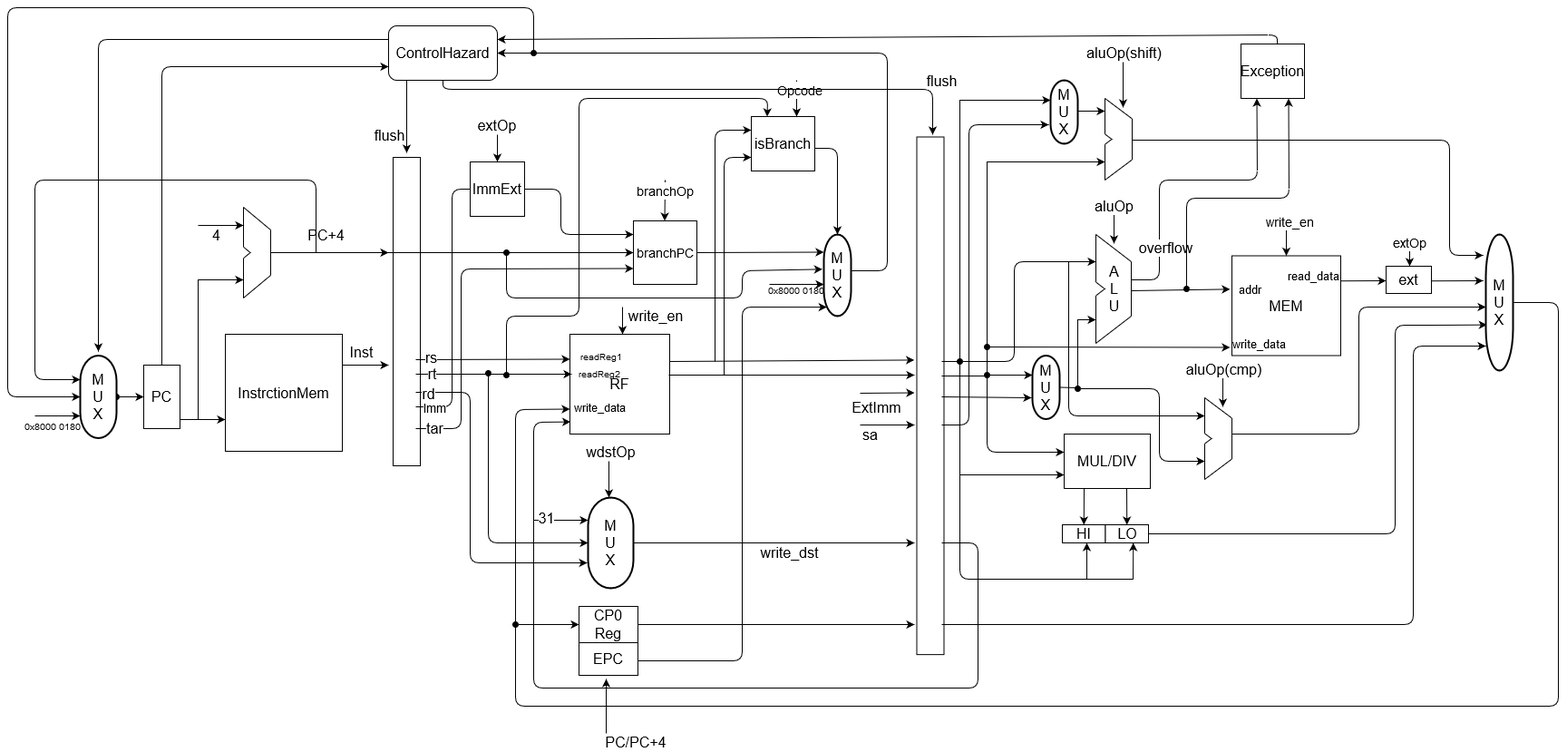
Anlarry/coaa keeps this draw.io diagram as Phase2/3-stages-pipeline.png. Above is the earlier version. Source tidied: cells renumbered, new cells last; positions are measured from the earlier drawing's top-left corner, leaving out a move shared by most shapes.
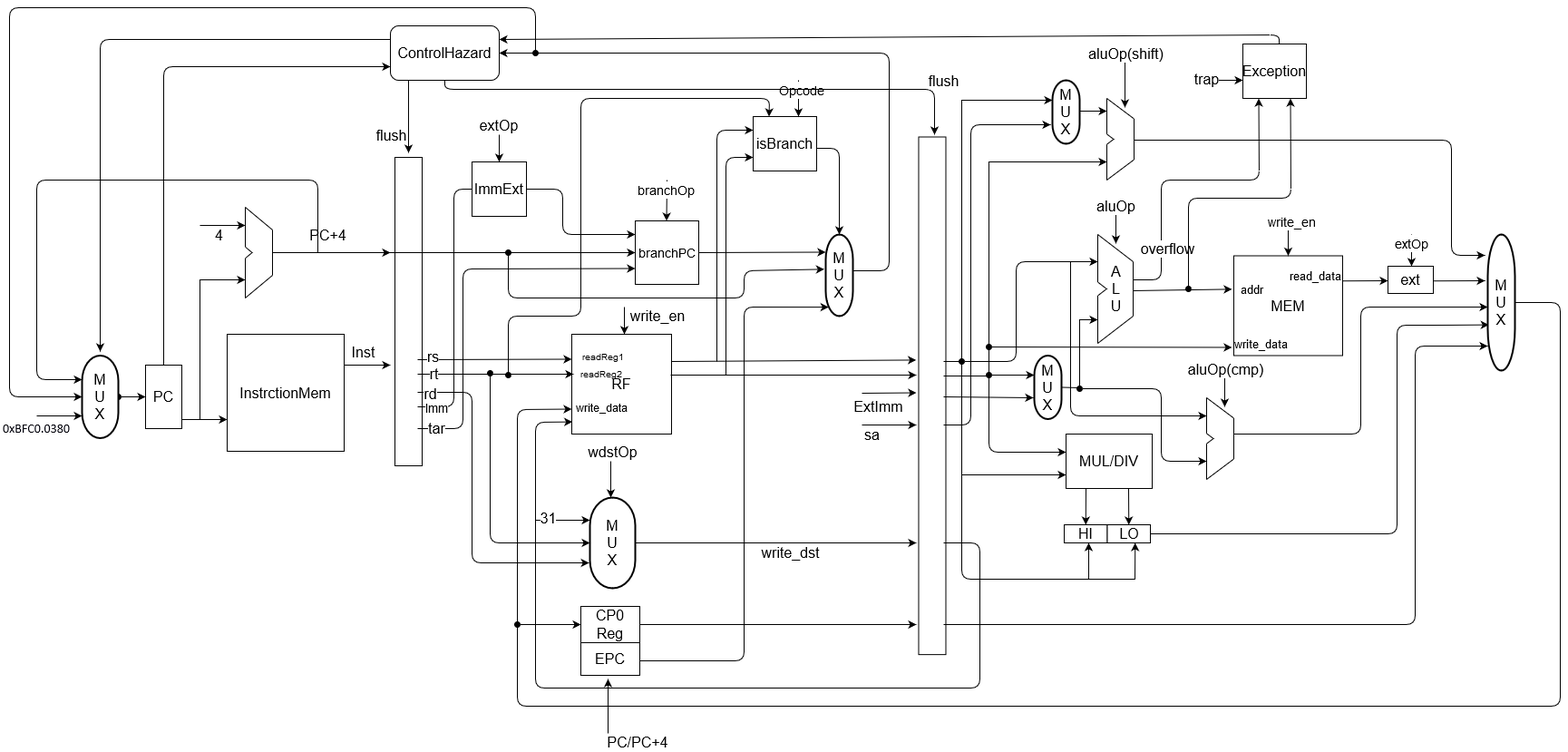
Later version of the same file.

What changed in the source:
```diff
@@ -330,15 +330,6 @@
         </Array>
       </mxGeometry>
     </mxCell>
-    <mxCell id="62" style="endArrow=classic;html=1;shadow=0;fontSize=16;" parent="1" edge="1">
-      <mxGeometry relative="1" as="geometry">
-        <mxPoint x="840" y="305" as="sourcePoint" />
-        <mxPoint x="900" y="305" as="targetPoint" />
-      </mxGeometry>
-    </mxCell>
-    <mxCell id="63" value="&lt;font style=&quot;font-size: 10px&quot;&gt;0x8000 0180&lt;/font&gt;" style="text;html=1;strokeColor=none;fillColor=none;align=center;verticalAlign=middle;whiteSpace=wrap;rounded=0;fontSize=16;" parent="1" vertex="1">
-      <mxGeometry x="830" y="300" width="80" height="20" as="geometry" />
-    </mxCell>
     <mxCell id="64" style="edgeStyle=orthogonalEdgeStyle;rounded=0;comic=0;jettySize=auto;html=1;exitX=0.5;exitY=0;exitDx=0;exitDy=0;exitPerimeter=0;entryX=0.5;entryY=1;entryDx=0;entryDy=0;shadow=0;startArrow=oval;startFill=1;fontSize=16;" parent="1" edge="1" source="65" target="2">
       <mxGeometry relative="1" as="geometry" />
     </mxCell>
@@ -355,8 +346,8 @@
         </Array>
       </mxGeometry>
     </mxCell>
-    <mxCell id="67" value="&lt;font style=&quot;font-size: 10px&quot;&gt;0x8000 0180&lt;/font&gt;" style="text;html=1;strokeColor=none;fillColor=none;align=center;verticalAlign=middle;whiteSpace=wrap;rounded=0;fontSize=16;" parent="1" vertex="1">
-      <mxGeometry x="10" y="450" width="80" height="20" as="geometry" />
+    <mxCell id="67" value="&lt;br&gt;&lt;div&gt;&lt;span style=&quot;font-size: 10.56pt ; font-family: &amp;#34;calibri&amp;#34; ; color: rgb(0 , 0 , 10)&quot;&gt;0xBFC0.0380&lt;br/&gt;&lt;/span&gt;&lt;/div&gt;" style="text;html=1;strokeColor=none;fillColor=none;align=center;verticalAlign=middle;whiteSpace=wrap;rounded=0;fontSize=16;" parent="1" vertex="1">
+      <mxGeometry x="-10" y="442.8" width="80" height="20" as="geometry" />
     </mxCell>
     <mxCell id="68" style="endArrow=classic;html=1;shadow=0;fontSize=16;" parent="1" edge="1">
       <mxGeometry relative="1" as="geometry">
@@ -990,5 +981,14 @@
     <mxCell id="176" value="PC/PC+4" style="text;html=1;strokeColor=none;fillColor=none;align=center;verticalAlign=middle;whiteSpace=wrap;rounded=0;fontSize=16;" parent="1" vertex="1">
       <mxGeometry x="673" y="800" width="40" height="20" as="geometry" />
     </mxCell>
+    <mxCell id="177" style="endArrow=classic;html=1;shadow=0;fontSize=16;" parent="1" edge="1">
+      <mxGeometry relative="1" as="geometry">
+        <mxPoint x="1310" y="80" as="sourcePoint" />
+        <mxPoint x="1360" y="80" as="targetPoint" />
+      </mxGeometry>
+    </mxCell>
+    <mxCell id="178" value="trap" style="edgeLabel;html=1;align=center;verticalAlign=middle;fontSize=16;" parent="177" vertex="1">
+      <mxGeometry x="-0.64" y="2" relative="1" as="geometry" />
+    </mxCell>
   </root>
 </mxGraphModel>
```
